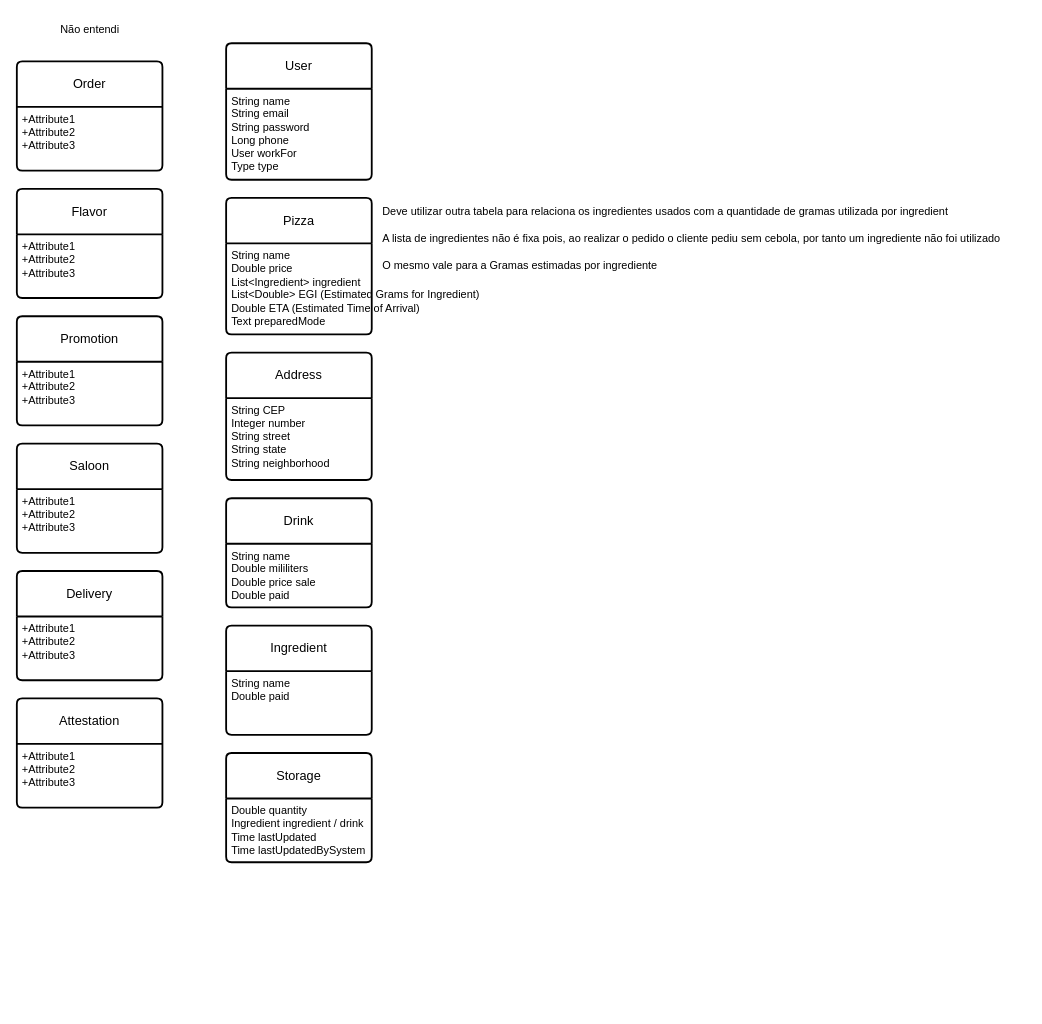
Above: DER Orderize.drawio in Sant-Thiago/Estudos (draw.io), before the change. Source tidied: cells renumbered, new cells numbered last; positions are measured from the earlier drawing's top-left corner, leaving out a move shared by most shapes. Both pictures are drawn from the tidied source at 91%, with x=0, y=0 at pixel (16, 15).
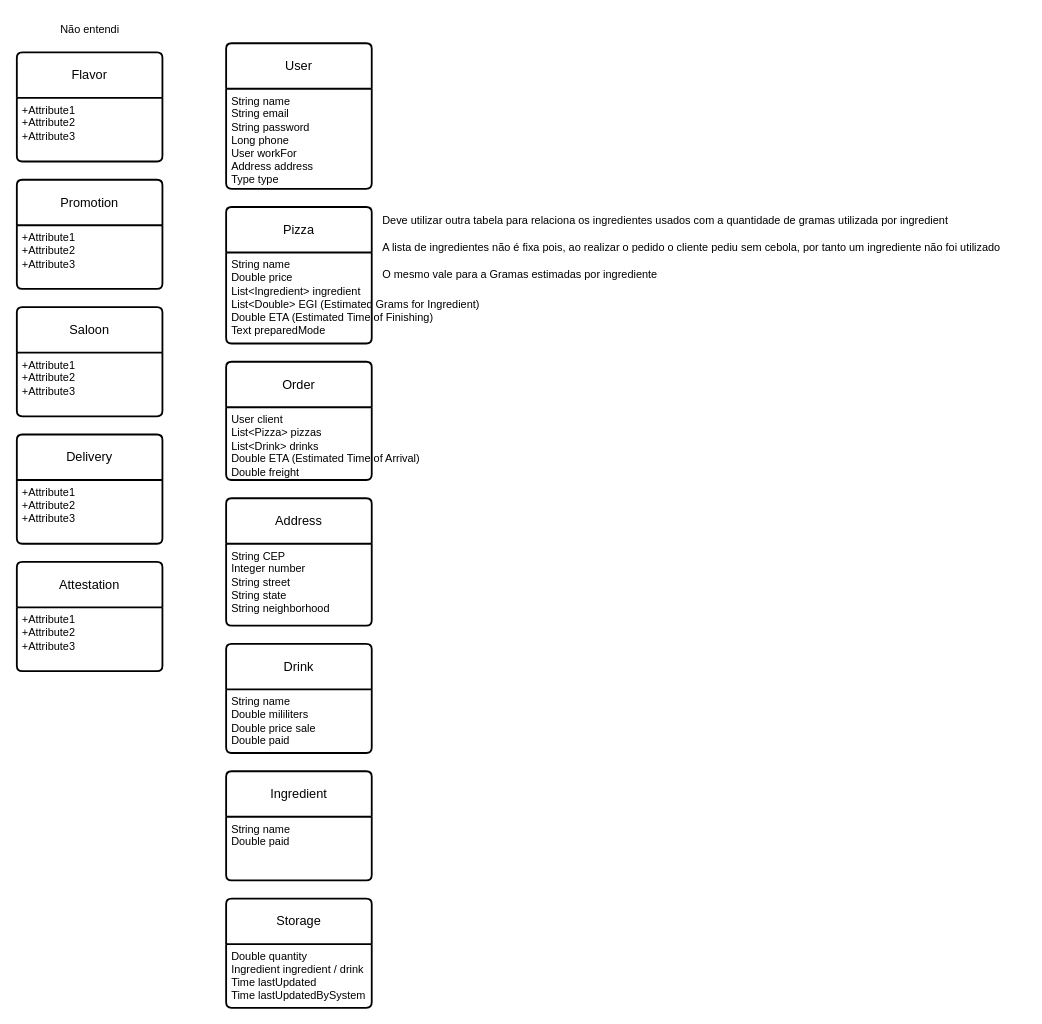
After the change.

Unchanged cells that the change refers to:
```xml
<mxCell id="26" value="Pizza" style="swimlane;horizontal=1;startSize=50;rounded=1;fontSize=14;fontStyle=0;strokeWidth=2;shadow=0;dashed=0;align=center;arcSize=4;whiteSpace=wrap;html=1;" parent="25" vertex="1">
  <mxGeometry width="160" height="150" as="geometry" />
</mxCell>
```

Change to the diagram source:
```diff
@@
     <mxCell id="2" value="User" style="swimlane;horizontal=1;startSize=50;rounded=1;fontSize=14;fontStyle=0;strokeWidth=2;shadow=0;dashed=0;align=center;arcSize=4;whiteSpace=wrap;html=1;" parent="1" vertex="1">
-      <mxGeometry x="230" y="30" width="160" height="150" as="geometry" />
+      <mxGeometry x="230" y="30" width="160" height="160" as="geometry" />
     </mxCell>
-    <mxCell id="3" value="&lt;div&gt;String name&lt;/div&gt;&lt;div&gt;String email&lt;/div&gt;&lt;div&gt;String password&lt;/div&gt;&lt;div&gt;Long phone&lt;/div&gt;&lt;div&gt;User workFor&lt;/div&gt;&lt;div&gt;&lt;span style=&quot;background-color: initial;&quot;&gt;Type type&lt;/span&gt;&lt;br&gt;&lt;/div&gt;&lt;div&gt;&lt;br&gt;&lt;/div&gt;" style="align=left;strokeColor=none;fillColor=none;spacingLeft=4;fontSize=12;verticalAlign=top;html=1;" parent="2" vertex="1">
-      <mxGeometry y="50" width="160" height="100" as="geometry" />
+    <mxCell id="3" value="&lt;div&gt;String name&lt;/div&gt;&lt;div&gt;String email&lt;/div&gt;&lt;div&gt;String password&lt;/div&gt;&lt;div&gt;Long phone&lt;/div&gt;&lt;div&gt;User workFor&lt;/div&gt;&lt;div&gt;&lt;span style=&quot;background-color: initial;&quot;&gt;Address address&lt;/span&gt;&lt;/div&gt;&lt;div&gt;&lt;span style=&quot;background-color: initial;&quot;&gt;Type type&lt;/span&gt;&lt;br&gt;&lt;/div&gt;&lt;div&gt;&lt;br&gt;&lt;/div&gt;" style="align=left;strokeColor=none;fillColor=none;spacingLeft=4;fontSize=12;verticalAlign=top;html=1;" parent="2" vertex="1">
+      <mxGeometry y="50" width="160" height="110" as="geometry" />
     </mxCell>
     <mxCell id="4" value="Ord&lt;span style=&quot;background-color: initial;&quot;&gt;er&lt;/span&gt;" style="swimlane;horizontal=1;startSize=50;rounded=1;fontSize=14;fontStyle=0;strokeWidth=2;shadow=0;dashed=0;align=center;arcSize=4;whiteSpace=wrap;html=1;" parent="1" vertex="1">
-      <mxGeometry y="50" width="160" height="120" as="geometry" />
+      <mxGeometry x="230" y="380" width="160" height="130" as="geometry" />
     </mxCell>
-    <mxCell id="5" value="+Attribute1&#10;+Attribute2&#10;+Attribute3" style="align=left;strokeColor=none;fillColor=none;spacingLeft=4;fontSize=12;verticalAlign=top;html=1;" parent="4" vertex="1">
-      <mxGeometry y="50" width="160" height="70" as="geometry" />
+    <mxCell id="5" value="User client&lt;div&gt;List&amp;lt;Pizza&amp;gt; pizzas&lt;/div&gt;&lt;div&gt;List&amp;lt;Drink&amp;gt; drinks&lt;/div&gt;&lt;div&gt;Double ETA (Estimated Time of Arrival)&lt;br&gt;Double freight&lt;/div&gt;" style="align=left;strokeColor=none;fillColor=none;spacingLeft=4;fontSize=12;verticalAlign=top;html=1;" parent="4" vertex="1">
+      <mxGeometry y="50" width="160" height="80" as="geometry" />
     </mxCell>
     <mxCell id="6" value="Flavor" style="swimlane;horizontal=1;startSize=50;rounded=1;fontSize=14;fontStyle=0;strokeWidth=2;shadow=0;dashed=0;align=center;arcSize=4;whiteSpace=wrap;html=1;" parent="1" vertex="1">
-      <mxGeometry y="190" width="160" height="120" as="geometry" />
+      <mxGeometry y="40" width="160" height="120" as="geometry" />
     </mxCell>
@@
     <mxCell id="8" value="Promotion" style="swimlane;horizontal=1;startSize=50;rounded=1;fontSize=14;fontStyle=0;strokeWidth=2;shadow=0;dashed=0;align=center;arcSize=4;whiteSpace=wrap;html=1;" parent="1" vertex="1">
-      <mxGeometry y="330" width="160" height="120" as="geometry" />
+      <mxGeometry y="180" width="160" height="120" as="geometry" />
     </mxCell>
@@
     <mxCell id="10" value="Attestation" style="swimlane;horizontal=1;startSize=50;rounded=1;fontSize=14;fontStyle=0;strokeWidth=2;shadow=0;dashed=0;align=center;arcSize=4;whiteSpace=wrap;html=1;" parent="1" vertex="1">
-      <mxGeometry y="750" width="160" height="120" as="geometry" />
+      <mxGeometry y="600" width="160" height="120" as="geometry" />
     </mxCell>
@@
     <mxCell id="12" value="Drink" style="swimlane;horizontal=1;startSize=50;rounded=1;fontSize=14;fontStyle=0;strokeWidth=2;shadow=0;dashed=0;align=center;arcSize=4;whiteSpace=wrap;html=1;" parent="1" vertex="1">
-      <mxGeometry x="230" y="530" width="160" height="120" as="geometry" />
+      <mxGeometry x="230" y="690" width="160" height="120" as="geometry" />
     </mxCell>
@@
     <mxCell id="14" value="Address" style="swimlane;horizontal=1;startSize=50;rounded=1;fontSize=14;fontStyle=0;strokeWidth=2;shadow=0;dashed=0;align=center;arcSize=4;whiteSpace=wrap;html=1;" parent="1" vertex="1">
-      <mxGeometry x="230" y="370" width="160" height="140" as="geometry" />
+      <mxGeometry x="230" y="530" width="160" height="140" as="geometry" />
     </mxCell>
@@
     <mxCell id="16" value="Storage" style="swimlane;horizontal=1;startSize=50;rounded=1;fontSize=14;fontStyle=0;strokeWidth=2;shadow=0;dashed=0;align=center;arcSize=4;whiteSpace=wrap;html=1;" parent="1" vertex="1">
-      <mxGeometry x="230" y="810" width="160" height="120" as="geometry" />
+      <mxGeometry x="230" y="970" width="160" height="120" as="geometry" />
     </mxCell>
@@
     <mxCell id="18" value="Ingredient" style="swimlane;horizontal=1;startSize=50;rounded=1;fontSize=14;fontStyle=0;strokeWidth=2;shadow=0;dashed=0;align=center;arcSize=4;whiteSpace=wrap;html=1;" parent="1" vertex="1">
-      <mxGeometry x="230" y="670" width="160" height="120" as="geometry" />
+      <mxGeometry x="230" y="830" width="160" height="120" as="geometry" />
     </mxCell>
@@
     <mxCell id="20" value="Saloon" style="swimlane;horizontal=1;startSize=50;rounded=1;fontSize=14;fontStyle=0;strokeWidth=2;shadow=0;dashed=0;align=center;arcSize=4;whiteSpace=wrap;html=1;" parent="1" vertex="1">
-      <mxGeometry y="470" width="160" height="120" as="geometry" />
+      <mxGeometry y="320" width="160" height="120" as="geometry" />
     </mxCell>
@@
     <mxCell id="22" value="Delivery" style="swimlane;horizontal=1;startSize=50;rounded=1;fontSize=14;fontStyle=0;strokeWidth=2;shadow=0;dashed=0;align=center;arcSize=4;whiteSpace=wrap;html=1;" parent="1" vertex="1">
-      <mxGeometry y="610" width="160" height="120" as="geometry" />
+      <mxGeometry y="460" width="160" height="120" as="geometry" />
     </mxCell>
@@
     <mxCell id="25" style="group;" parent="1" vertex="1">
-      <mxGeometry x="230" y="200" width="880" height="150" as="geometry" />
+      <mxGeometry x="230" y="210" width="880" height="150" as="geometry" />
     </mxCell>
@@
-    <mxCell id="27" value="&lt;div&gt;String name&lt;/div&gt;&lt;div&gt;Double price&lt;/div&gt;List&amp;lt;Ingredient&amp;gt; ingredient&lt;div&gt;List&amp;lt;Double&amp;gt; EGI (&lt;span style=&quot;background-color: initial;&quot;&gt;Estimated&lt;/span&gt;&lt;span style=&quot;background-color: initial;&quot;&gt;&amp;nbsp;&lt;/span&gt;&lt;span style=&quot;background-color: initial;&quot;&gt;G&lt;/span&gt;&lt;span style=&quot;background-color: initial;&quot;&gt;rams for Ingredient&lt;/span&gt;&lt;span style=&quot;background-color: initial;&quot;&gt;)&lt;/span&gt;&lt;/div&gt;&lt;div&gt;Double&amp;nbsp;ETA (Estimated Time of Arrival)&lt;br&gt;&lt;/div&gt;&lt;div&gt;Text preparedMode&lt;/div&gt;" style="align=left;strokeColor=none;fillColor=none;spacingLeft=4;fontSize=12;verticalAlign=top;html=1;" parent="26" vertex="1">
+    <mxCell id="27" value="&lt;div&gt;String name&lt;/div&gt;&lt;div&gt;Double price&lt;/div&gt;List&amp;lt;Ingredient&amp;gt; ingredient&lt;div&gt;List&amp;lt;Double&amp;gt; EGI (&lt;span style=&quot;background-color: initial;&quot;&gt;Estimated&lt;/span&gt;&lt;span style=&quot;background-color: initial;&quot;&gt;&amp;nbsp;&lt;/span&gt;&lt;span style=&quot;background-color: initial;&quot;&gt;G&lt;/span&gt;&lt;span style=&quot;background-color: initial;&quot;&gt;rams for Ingredient&lt;/span&gt;&lt;span style=&quot;background-color: initial;&quot;&gt;)&lt;/span&gt;&lt;/div&gt;&lt;div&gt;Double&amp;nbsp;ETA (Estimated Time of Finishing)&lt;br&gt;&lt;/div&gt;&lt;div&gt;Text preparedMode&lt;/div&gt;" style="align=left;strokeColor=none;fillColor=none;spacingLeft=4;fontSize=12;verticalAlign=top;html=1;" parent="26" vertex="1">
       <mxGeometry y="50" width="160" height="100" as="geometry" />
     </mxCell>
```
